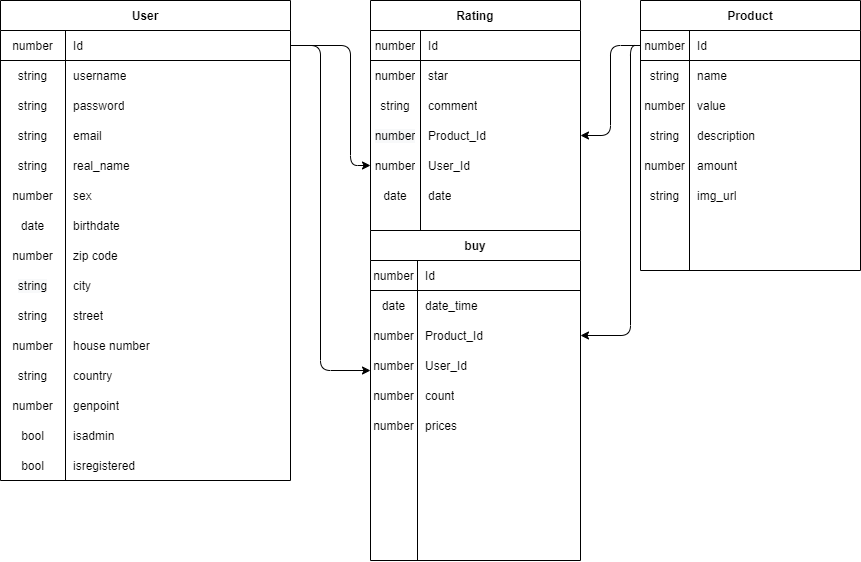
Before: docs/imgs/GenShop Adatbázis.png, a diagram exported from draw.io (ShuoTheOne/AFP2_Genshin). Source tidied: cells renumbered, new cells last; positions are measured from the earlier drawing's top-left corner, leaving out a move shared by most shapes.
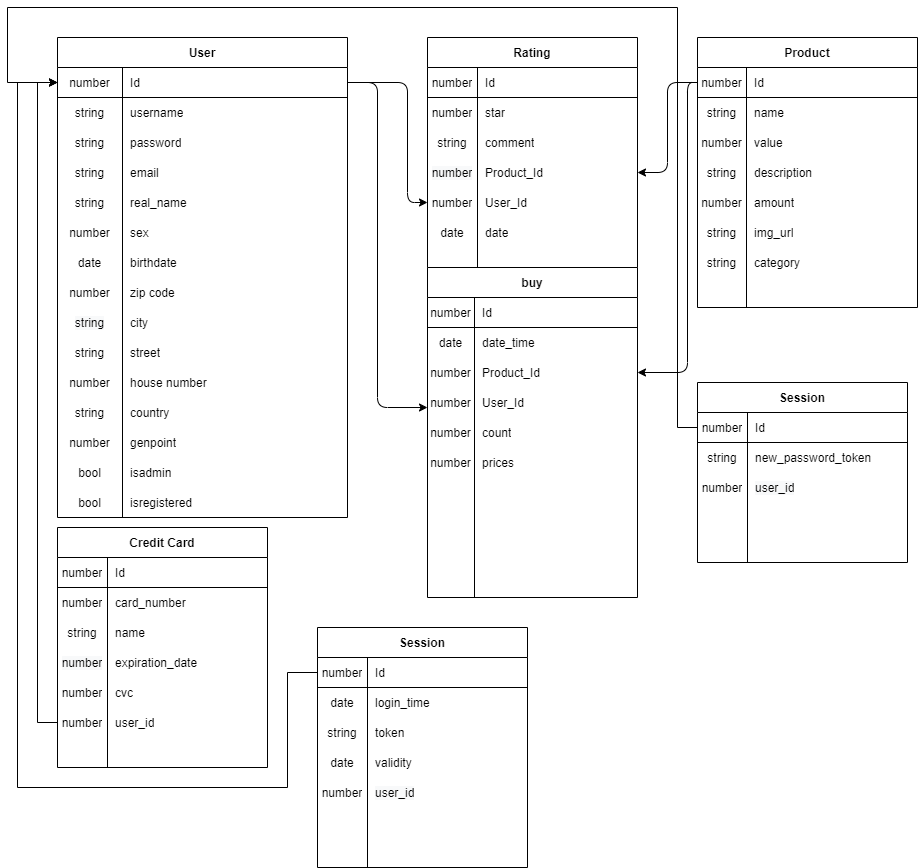
The same diagram one commit later.

Commit message:
Adatbázis fejlesztése

The edit, as a diff of the source:
```diff
@@ -200,10 +200,10 @@
     <mxCell id="67" style="shape=partialRectangle;html=1;whiteSpace=wrap;fillColor=none;top=0;left=0;bottom=0;right=0;" parent="48" vertex="1">
       <mxGeometry y="210" width="220" height="30" as="geometry" />
     </mxCell>
-    <mxCell id="68" style="shape=partialRectangle;html=1;whiteSpace=wrap;fillColor=none;top=0;left=0;bottom=0;right=0;overflow=hidden;" parent="67" vertex="1">
+    <mxCell id="68" value="string" style="shape=partialRectangle;html=1;whiteSpace=wrap;fillColor=none;top=0;left=0;bottom=0;right=0;overflow=hidden;" parent="67" vertex="1">
       <mxGeometry width="49" height="30" as="geometry" />
     </mxCell>
-    <mxCell id="69" style="shape=partialRectangle;html=1;whiteSpace=wrap;fillColor=none;top=0;left=0;bottom=0;right=0;align=left;spacingLeft=6;overflow=hidden;" parent="67" vertex="1">
+    <mxCell id="69" value="category" style="shape=partialRectangle;html=1;whiteSpace=wrap;fillColor=none;top=0;left=0;bottom=0;right=0;align=left;spacingLeft=6;overflow=hidden;" parent="67" vertex="1">
       <mxGeometry x="49" width="171" height="30" as="geometry" />
     </mxCell>
     <mxCell id="70" value="Rating" style="shape=table;html=1;whiteSpace=wrap;startSize=30;rowLines=0;fontStyle=1;align=center;" parent="1" vertex="1">
@@ -361,5 +361,181 @@
         </Array>
       </mxGeometry>
     </mxCell>
+    <mxCell id="115" value="Credit Card" style="shape=table;html=1;whiteSpace=wrap;startSize=30;rowLines=0;fontStyle=1;align=center;" parent="1" vertex="1">
+      <mxGeometry y="490" width="210" height="240" as="geometry" />
+    </mxCell>
+    <mxCell id="116" style="shape=partialRectangle;html=1;whiteSpace=wrap;fillColor=none;top=0;left=0;bottom=1;right=0;" parent="115" vertex="1">
+      <mxGeometry y="30" width="210" height="30" as="geometry" />
+    </mxCell>
+    <mxCell id="117" value="number" style="shape=partialRectangle;html=1;whiteSpace=wrap;fillColor=none;top=0;left=0;bottom=0;right=0;overflow=hidden;" parent="116" vertex="1">
+      <mxGeometry width="50" height="30" as="geometry" />
+    </mxCell>
+    <mxCell id="118" value="Id" style="shape=partialRectangle;html=1;whiteSpace=wrap;fillColor=none;top=0;left=0;bottom=0;right=0;align=left;spacingLeft=6;overflow=hidden;" parent="116" vertex="1">
+      <mxGeometry x="50" width="160" height="30" as="geometry" />
+    </mxCell>
+    <mxCell id="119" style="shape=partialRectangle;html=1;whiteSpace=wrap;fillColor=none;top=0;left=0;bottom=0;right=0;" parent="115" vertex="1">
+      <mxGeometry y="60" width="210" height="30" as="geometry" />
+    </mxCell>
+    <mxCell id="120" value="number" style="shape=partialRectangle;html=1;whiteSpace=wrap;fillColor=none;top=0;left=0;bottom=0;right=0;overflow=hidden;" parent="119" vertex="1">
+      <mxGeometry width="50" height="30" as="geometry" />
+    </mxCell>
+    <mxCell id="121" value="card_number" style="shape=partialRectangle;html=1;whiteSpace=wrap;fillColor=none;top=0;left=0;bottom=0;right=0;align=left;spacingLeft=6;overflow=hidden;" parent="119" vertex="1">
+      <mxGeometry x="50" width="160" height="30" as="geometry" />
+    </mxCell>
+    <mxCell id="122" style="shape=partialRectangle;html=1;whiteSpace=wrap;fillColor=none;top=0;left=0;bottom=0;right=0;" parent="115" vertex="1">
+      <mxGeometry y="90" width="210" height="30" as="geometry" />
+    </mxCell>
+    <mxCell id="123" value="string" style="shape=partialRectangle;html=1;whiteSpace=wrap;fillColor=none;top=0;left=0;bottom=0;right=0;overflow=hidden;" parent="122" vertex="1">
+      <mxGeometry width="50" height="30" as="geometry" />
+    </mxCell>
+    <mxCell id="124" value="name" style="shape=partialRectangle;html=1;whiteSpace=wrap;fillColor=none;top=0;left=0;bottom=0;right=0;align=left;spacingLeft=6;overflow=hidden;" parent="122" vertex="1">
+      <mxGeometry x="50" width="160" height="30" as="geometry" />
+    </mxCell>
+    <mxCell id="125" style="shape=partialRectangle;html=1;whiteSpace=wrap;fillColor=none;top=0;left=0;bottom=0;right=0;" parent="115" vertex="1">
+      <mxGeometry y="120" width="210" height="30" as="geometry" />
+    </mxCell>
+    <mxCell id="126" value="&lt;span style=&quot;color: rgb(0 , 0 , 0) ; font-family: &amp;#34;helvetica&amp;#34; ; font-size: 12px ; font-style: normal ; font-weight: 400 ; letter-spacing: normal ; text-align: center ; text-indent: 0px ; text-transform: none ; word-spacing: 0px ; background-color: rgb(248 , 249 , 250) ; display: inline ; float: none&quot;&gt;number&lt;/span&gt;" style="shape=partialRectangle;html=1;whiteSpace=wrap;fillColor=none;top=0;left=0;bottom=0;right=0;overflow=hidden;" parent="125" vertex="1">
+      <mxGeometry width="50" height="30" as="geometry" />
+    </mxCell>
+    <mxCell id="127" value="expiration_date" style="shape=partialRectangle;html=1;whiteSpace=wrap;fillColor=none;top=0;left=0;bottom=0;right=0;align=left;spacingLeft=6;overflow=hidden;" parent="125" vertex="1">
+      <mxGeometry x="50" width="160" height="30" as="geometry" />
+    </mxCell>
+    <mxCell id="128" style="shape=partialRectangle;html=1;whiteSpace=wrap;fillColor=none;top=0;left=0;bottom=0;right=0;" parent="115" vertex="1">
+      <mxGeometry y="150" width="210" height="30" as="geometry" />
+    </mxCell>
+    <mxCell id="129" value="number" style="shape=partialRectangle;html=1;whiteSpace=wrap;fillColor=none;top=0;left=0;bottom=0;right=0;overflow=hidden;" parent="128" vertex="1">
+      <mxGeometry width="50" height="30" as="geometry" />
+    </mxCell>
+    <mxCell id="130" value="cvc" style="shape=partialRectangle;html=1;whiteSpace=wrap;fillColor=none;top=0;left=0;bottom=0;right=0;align=left;spacingLeft=6;overflow=hidden;" parent="128" vertex="1">
+      <mxGeometry x="50" width="160" height="30" as="geometry" />
+    </mxCell>
+    <mxCell id="131" style="shape=partialRectangle;html=1;whiteSpace=wrap;fillColor=none;top=0;left=0;bottom=0;right=0;points=[[0,0.5],[1,0.5]];portConstraint=eastwest;" parent="115" vertex="1">
+      <mxGeometry y="180" width="210" height="30" as="geometry" />
+    </mxCell>
+    <mxCell id="132" value="number" style="shape=partialRectangle;html=1;whiteSpace=wrap;fillColor=none;top=0;left=0;bottom=0;right=0;overflow=hidden;" parent="131" vertex="1">
+      <mxGeometry width="50" height="30" as="geometry" />
+    </mxCell>
+    <mxCell id="133" value="user_id" style="shape=partialRectangle;html=1;whiteSpace=wrap;fillColor=none;top=0;left=0;bottom=0;right=0;align=left;spacingLeft=6;overflow=hidden;" parent="131" vertex="1">
+      <mxGeometry x="50" width="160" height="30" as="geometry" />
+    </mxCell>
+    <mxCell id="134" style="edgeStyle=orthogonalEdgeStyle;rounded=0;jettySize=auto;html=1;exitX=0;exitY=0.5;exitDx=0;exitDy=0;entryX=0;entryY=0.5;entryDx=0;entryDy=0;" parent="1" edge="1" source="131" target="3">
+      <mxGeometry relative="1" as="geometry" />
+    </mxCell>
+    <mxCell id="135" value="Session" style="shape=table;html=1;whiteSpace=wrap;startSize=30;rowLines=0;fontStyle=1;align=center;" parent="1" vertex="1">
+      <mxGeometry x="260" y="590" width="210" height="240" as="geometry" />
+    </mxCell>
+    <mxCell id="136" style="shape=partialRectangle;html=1;whiteSpace=wrap;fillColor=none;top=0;left=0;bottom=1;right=0;points=[[0,0.5],[1,0.5]];portConstraint=eastwest;" parent="135" vertex="1">
+      <mxGeometry y="30" width="210" height="30" as="geometry" />
+    </mxCell>
+    <mxCell id="137" value="number" style="shape=partialRectangle;html=1;whiteSpace=wrap;fillColor=none;top=0;left=0;bottom=0;right=0;overflow=hidden;" parent="136" vertex="1">
+      <mxGeometry width="50" height="30" as="geometry" />
+    </mxCell>
+    <mxCell id="138" value="Id" style="shape=partialRectangle;html=1;whiteSpace=wrap;fillColor=none;top=0;left=0;bottom=0;right=0;align=left;spacingLeft=6;overflow=hidden;" parent="136" vertex="1">
+      <mxGeometry x="50" width="160" height="30" as="geometry" />
+    </mxCell>
+    <mxCell id="139" style="shape=partialRectangle;html=1;whiteSpace=wrap;fillColor=none;top=0;left=0;bottom=0;right=0;" parent="135" vertex="1">
+      <mxGeometry y="60" width="210" height="30" as="geometry" />
+    </mxCell>
+    <mxCell id="140" value="date" style="shape=partialRectangle;html=1;whiteSpace=wrap;fillColor=none;top=0;left=0;bottom=0;right=0;overflow=hidden;" parent="139" vertex="1">
+      <mxGeometry width="50" height="30" as="geometry" />
+    </mxCell>
+    <mxCell id="141" value="login_time" style="shape=partialRectangle;html=1;whiteSpace=wrap;fillColor=none;top=0;left=0;bottom=0;right=0;align=left;spacingLeft=6;overflow=hidden;" parent="139" vertex="1">
+      <mxGeometry x="50" width="160" height="30" as="geometry" />
+    </mxCell>
+    <mxCell id="142" style="shape=partialRectangle;html=1;whiteSpace=wrap;fillColor=none;top=0;left=0;bottom=0;right=0;" parent="135" vertex="1">
+      <mxGeometry y="90" width="210" height="30" as="geometry" />
+    </mxCell>
+    <mxCell id="143" value="string" style="shape=partialRectangle;html=1;whiteSpace=wrap;fillColor=none;top=0;left=0;bottom=0;right=0;overflow=hidden;" parent="142" vertex="1">
+      <mxGeometry width="50" height="30" as="geometry" />
+    </mxCell>
+    <mxCell id="144" value="token" style="shape=partialRectangle;html=1;whiteSpace=wrap;fillColor=none;top=0;left=0;bottom=0;right=0;align=left;spacingLeft=6;overflow=hidden;" parent="142" vertex="1">
+      <mxGeometry x="50" width="160" height="30" as="geometry" />
+    </mxCell>
+    <mxCell id="145" style="shape=partialRectangle;html=1;whiteSpace=wrap;fillColor=none;top=0;left=0;bottom=0;right=0;" parent="135" vertex="1">
+      <mxGeometry y="120" width="210" height="30" as="geometry" />
+    </mxCell>
+    <mxCell id="146" value="date" style="shape=partialRectangle;html=1;whiteSpace=wrap;fillColor=none;top=0;left=0;bottom=0;right=0;overflow=hidden;" parent="145" vertex="1">
+      <mxGeometry width="50" height="30" as="geometry" />
+    </mxCell>
+    <mxCell id="147" value="validity" style="shape=partialRectangle;html=1;whiteSpace=wrap;fillColor=none;top=0;left=0;bottom=0;right=0;align=left;spacingLeft=6;overflow=hidden;" parent="145" vertex="1">
+      <mxGeometry x="50" width="160" height="30" as="geometry" />
+    </mxCell>
+    <mxCell id="148" style="shape=partialRectangle;html=1;whiteSpace=wrap;fillColor=none;top=0;left=0;bottom=0;right=0;" parent="135" vertex="1">
+      <mxGeometry y="150" width="210" height="30" as="geometry" />
+    </mxCell>
+    <mxCell id="149" value="number" style="shape=partialRectangle;html=1;whiteSpace=wrap;fillColor=none;top=0;left=0;bottom=0;right=0;overflow=hidden;" parent="148" vertex="1">
+      <mxGeometry width="50" height="30" as="geometry" />
+    </mxCell>
+    <mxCell id="150" value="&lt;span style=&quot;color: rgb(0 , 0 , 0) ; font-family: &amp;#34;helvetica&amp;#34; ; font-size: 12px ; font-style: normal ; font-weight: 400 ; letter-spacing: normal ; text-align: center ; text-indent: 0px ; text-transform: none ; word-spacing: 0px ; background-color: rgb(248 , 249 , 250) ; display: inline ; float: none&quot;&gt;user_id&lt;/span&gt;" style="shape=partialRectangle;html=1;whiteSpace=wrap;fillColor=none;top=0;left=0;bottom=0;right=0;align=left;spacingLeft=6;overflow=hidden;" parent="148" vertex="1">
+      <mxGeometry x="50" width="160" height="30" as="geometry" />
+    </mxCell>
+    <mxCell id="151" style="shape=partialRectangle;html=1;whiteSpace=wrap;fillColor=none;top=0;left=0;bottom=0;right=0;" parent="135" vertex="1">
+      <mxGeometry y="180" width="210" height="30" as="geometry" />
+    </mxCell>
+    <mxCell id="152" style="shape=partialRectangle;html=1;whiteSpace=wrap;fillColor=none;top=0;left=0;bottom=0;right=0;overflow=hidden;" parent="151" vertex="1">
+      <mxGeometry width="50" height="30" as="geometry" />
+    </mxCell>
+    <mxCell id="153" style="shape=partialRectangle;html=1;whiteSpace=wrap;fillColor=none;top=0;left=0;bottom=0;right=0;align=left;spacingLeft=6;overflow=hidden;" parent="151" vertex="1">
+      <mxGeometry x="50" width="160" height="30" as="geometry" />
+    </mxCell>
+    <mxCell id="154" style="edgeStyle=orthogonalEdgeStyle;rounded=0;jettySize=auto;html=1;exitX=0;exitY=0.5;exitDx=0;exitDy=0;entryX=0;entryY=0.5;entryDx=0;entryDy=0;" parent="1" edge="1" source="136" target="3">
+      <mxGeometry relative="1" as="geometry">
+        <Array as="points">
+          <mxPoint x="230" y="635" />
+          <mxPoint x="230" y="750" />
+          <mxPoint x="-40" y="750" />
+          <mxPoint x="-40" y="45" />
+        </Array>
+      </mxGeometry>
+    </mxCell>
+    <mxCell id="155" value="Session" style="shape=table;html=1;whiteSpace=wrap;startSize=30;rowLines=0;fontStyle=1;align=center;" parent="1" vertex="1">
+      <mxGeometry x="640" y="345" width="210" height="180" as="geometry" />
+    </mxCell>
+    <mxCell id="156" style="shape=partialRectangle;html=1;whiteSpace=wrap;fillColor=none;top=0;left=0;bottom=1;right=0;points=[[0,0.5],[1,0.5]];portConstraint=eastwest;" parent="155" vertex="1">
+      <mxGeometry y="30" width="210" height="30" as="geometry" />
+    </mxCell>
+    <mxCell id="157" value="number" style="shape=partialRectangle;html=1;whiteSpace=wrap;fillColor=none;top=0;left=0;bottom=0;right=0;overflow=hidden;" parent="156" vertex="1">
+      <mxGeometry width="50" height="30" as="geometry" />
+    </mxCell>
+    <mxCell id="158" value="Id" style="shape=partialRectangle;html=1;whiteSpace=wrap;fillColor=none;top=0;left=0;bottom=0;right=0;align=left;spacingLeft=6;overflow=hidden;" parent="156" vertex="1">
+      <mxGeometry x="50" width="160" height="30" as="geometry" />
+    </mxCell>
+    <mxCell id="159" style="shape=partialRectangle;html=1;whiteSpace=wrap;fillColor=none;top=0;left=0;bottom=0;right=0;" parent="155" vertex="1">
+      <mxGeometry y="60" width="210" height="30" as="geometry" />
+    </mxCell>
+    <mxCell id="160" value="string" style="shape=partialRectangle;html=1;whiteSpace=wrap;fillColor=none;top=0;left=0;bottom=0;right=0;overflow=hidden;" parent="159" vertex="1">
+      <mxGeometry width="50" height="30" as="geometry" />
+    </mxCell>
+    <mxCell id="161" value="new_password_token" style="shape=partialRectangle;html=1;whiteSpace=wrap;fillColor=none;top=0;left=0;bottom=0;right=0;align=left;spacingLeft=6;overflow=hidden;" parent="159" vertex="1">
+      <mxGeometry x="50" width="160" height="30" as="geometry" />
+    </mxCell>
+    <mxCell id="162" style="shape=partialRectangle;html=1;whiteSpace=wrap;fillColor=none;top=0;left=0;bottom=0;right=0;" parent="155" vertex="1">
+      <mxGeometry y="90" width="210" height="30" as="geometry" />
+    </mxCell>
+    <mxCell id="163" value="number" style="shape=partialRectangle;html=1;whiteSpace=wrap;fillColor=none;top=0;left=0;bottom=0;right=0;overflow=hidden;" parent="162" vertex="1">
+      <mxGeometry width="50" height="30" as="geometry" />
+    </mxCell>
+    <mxCell id="164" value="&lt;span style=&quot;color: rgb(0 , 0 , 0) ; font-family: &amp;#34;helvetica&amp;#34; ; font-size: 12px ; font-style: normal ; font-weight: 400 ; letter-spacing: normal ; text-align: center ; text-indent: 0px ; text-transform: none ; word-spacing: 0px ; background-color: rgb(248 , 249 , 250) ; display: inline ; float: none&quot;&gt;user_id&lt;/span&gt;" style="shape=partialRectangle;html=1;whiteSpace=wrap;fillColor=none;top=0;left=0;bottom=0;right=0;align=left;spacingLeft=6;overflow=hidden;" parent="162" vertex="1">
+      <mxGeometry x="50" width="160" height="30" as="geometry" />
+    </mxCell>
+    <mxCell id="165" style="shape=partialRectangle;html=1;whiteSpace=wrap;fillColor=none;top=0;left=0;bottom=0;right=0;" parent="155" vertex="1">
+      <mxGeometry y="120" width="210" height="30" as="geometry" />
+    </mxCell>
+    <mxCell id="166" style="shape=partialRectangle;html=1;whiteSpace=wrap;fillColor=none;top=0;left=0;bottom=0;right=0;overflow=hidden;" parent="165" vertex="1">
+      <mxGeometry width="50" height="30" as="geometry" />
+    </mxCell>
+    <mxCell id="167" style="shape=partialRectangle;html=1;whiteSpace=wrap;fillColor=none;top=0;left=0;bottom=0;right=0;align=left;spacingLeft=6;overflow=hidden;" parent="165" vertex="1">
+      <mxGeometry x="50" width="160" height="30" as="geometry" />
+    </mxCell>
+    <mxCell id="168" style="edgeStyle=orthogonalEdgeStyle;rounded=0;jettySize=auto;html=1;exitX=0;exitY=0.5;exitDx=0;exitDy=0;entryX=0;entryY=0.5;entryDx=0;entryDy=0;" parent="1" edge="1" source="156" target="3">
+      <mxGeometry relative="1" as="geometry">
+        <Array as="points">
+          <mxPoint x="620" y="390" />
+          <mxPoint x="620" y="-30" />
+          <mxPoint x="-50" y="-30" />
+          <mxPoint x="-50" y="45" />
+        </Array>
+      </mxGeometry>
+    </mxCell>
   </root>
 </mxGraphModel>
```
